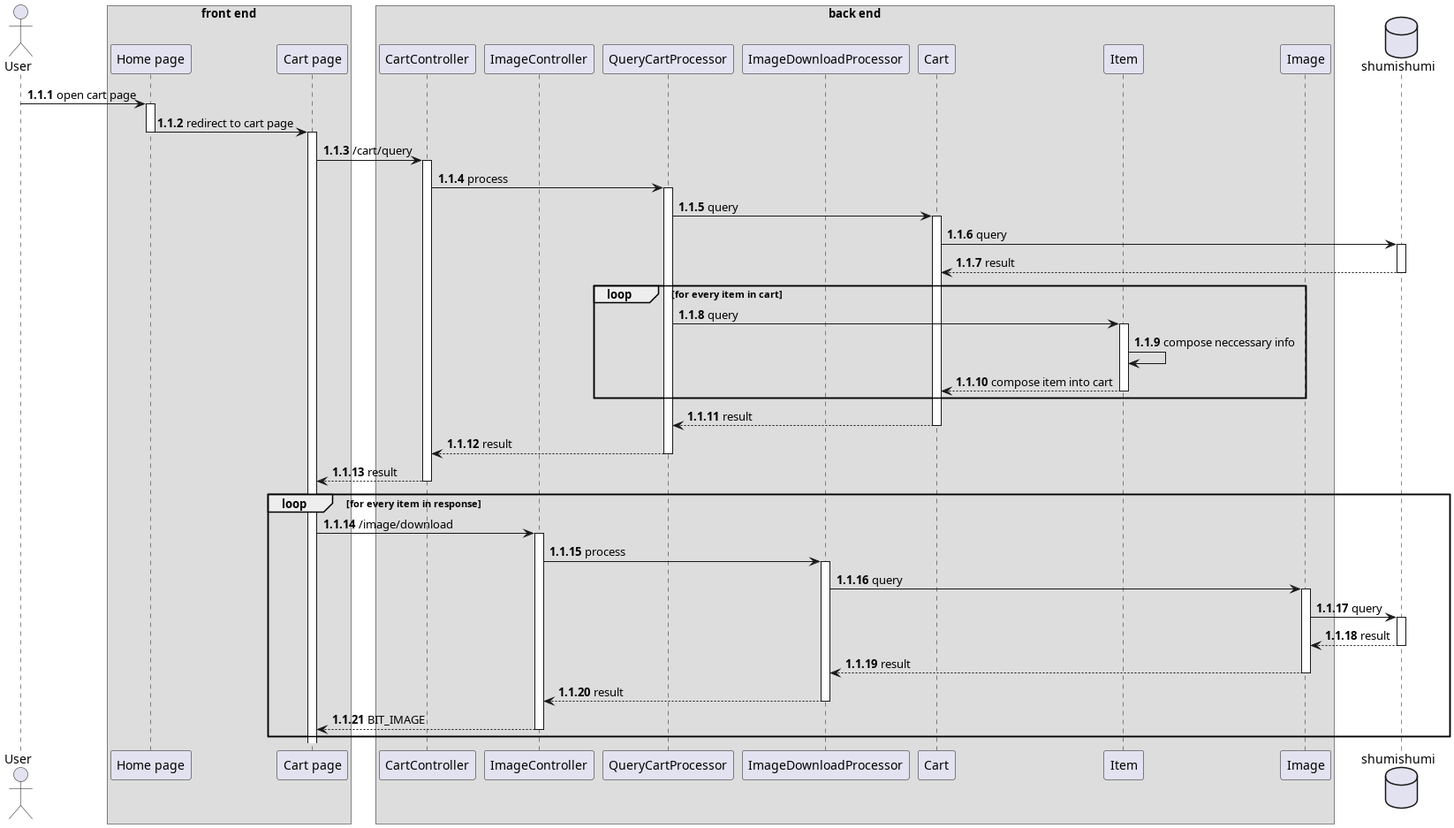
Before: thesis/latex/diagram/sequence diagram/13. cart/query cart list/query cart list.png, a diagram exported from PlantUML (aldihsuhandi/skripsi-2023). The source it was exported from:
```plantuml
@startuml template
autonumber 1.1.1

actor User as u

box "front end"
participant "Home page" as home
participant "Cart page" as cart
end box

box "back end"
participant CartController as cc
participant ImageController as imc

participant QueryCartProcessor as queryproc
participant ImageDownloadProcessor as downproc

participant Cart as cm

participant Item as im
participant Image as img
end box

database shumishumi as db

u -> home++ : open cart page
home -> cart --++ : redirect to cart page
cart -> cc++ : /cart/query
cc -> queryproc++ : process
queryproc -> cm++ : query
cm -> db++ : query
return result
loop for every item in cart
    queryproc -> im++ : query
    im -> im : compose neccessary info
    im --> cm : compose item into cart
    deactivate im
end

return result
return result
return result

loop for every item in response
    cart -> imc++ : /image/download
    imc -> downproc++ : process
    downproc -> img++ : query
    img -> db++ : query
    return result
    return result
    return result
    return BIT_IMAGE
end

@enduml
```
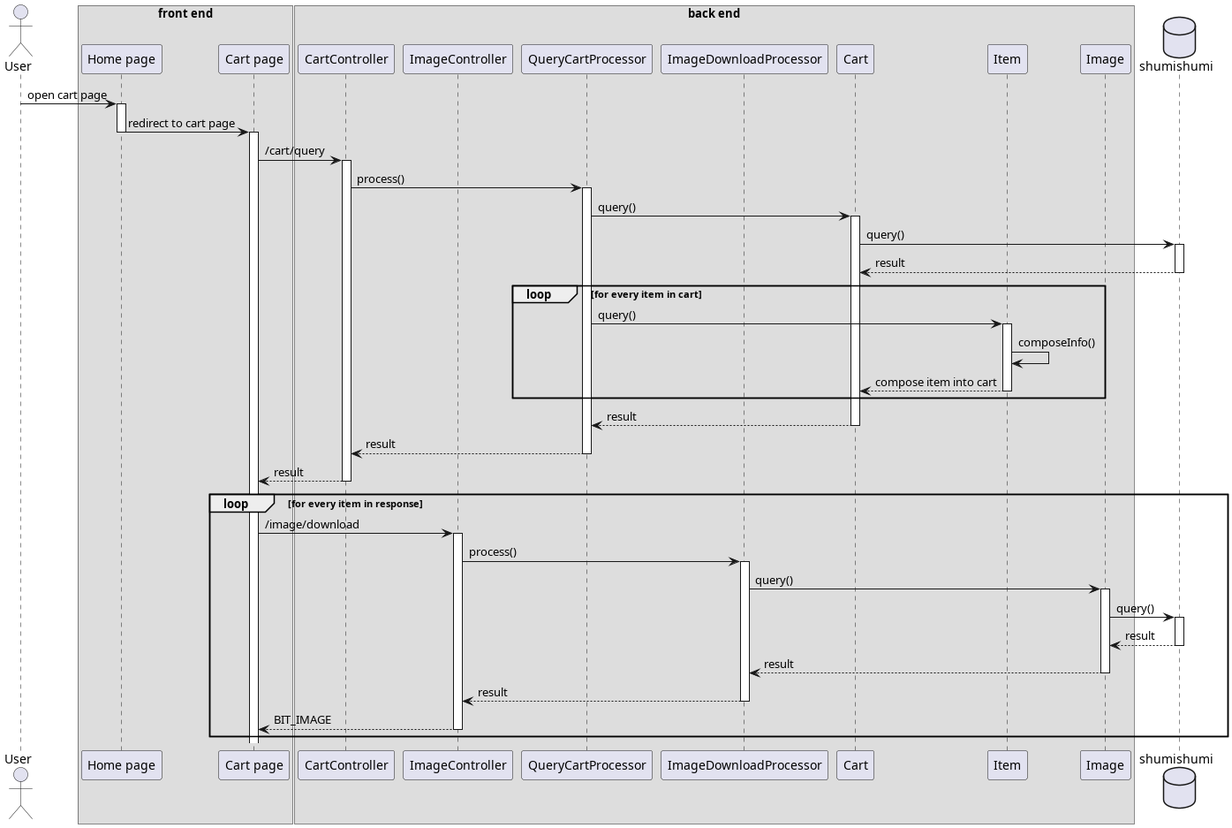
The same diagram one commit later.

Diff of the diagram source:
```diff
@@ -1,5 +1,4 @@
 @startuml template
-autonumber 1.1.1
 
 actor User as u
 
@@ -26,13 +25,13 @@
 u -> home++ : open cart page
 home -> cart --++ : redirect to cart page
 cart -> cc++ : /cart/query
-cc -> queryproc++ : process
-queryproc -> cm++ : query
-cm -> db++ : query
+cc -> queryproc++ : process()
+queryproc -> cm++ : query()
+cm -> db++ : query()
 return result
 loop for every item in cart
-    queryproc -> im++ : query
-    im -> im : compose neccessary info
+    queryproc -> im++ : query()
+    im -> im : composeInfo()
     im --> cm : compose item into cart
     deactivate im
 end
@@ -43,9 +42,9 @@
 
 loop for every item in response
     cart -> imc++ : /image/download
-    imc -> downproc++ : process
-    downproc -> img++ : query
-    img -> db++ : query
+    imc -> downproc++ : process()
+    downproc -> img++ : query()
+    img -> db++ : query()
     return result
     return result
     return result
```
